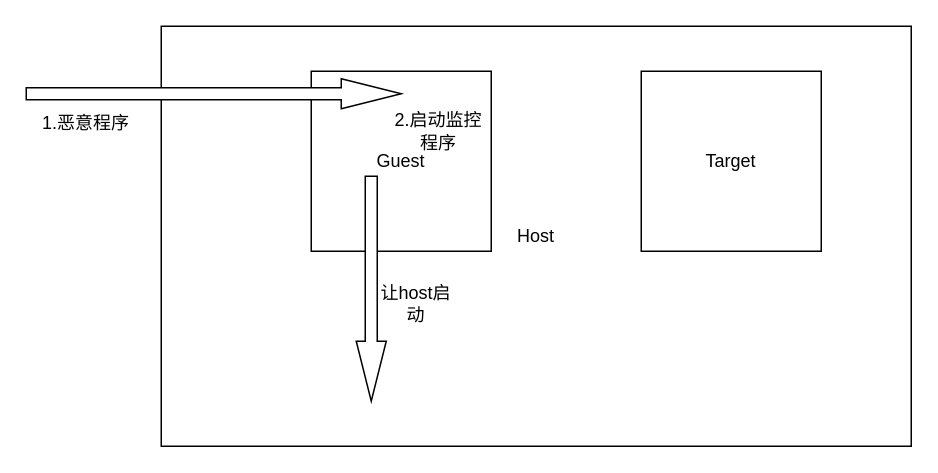
Earlier version of the draw.io diagram 总体.drawio (Amber0130/Other). Source tidied: cells renumbered, new cells numbered last; positions are measured from the earlier drawing's top-left corner, leaving out a move shared by most shapes. Both pictures are drawn from the tidied source at 150%, with x=0, y=0 at pixel (26, 26).
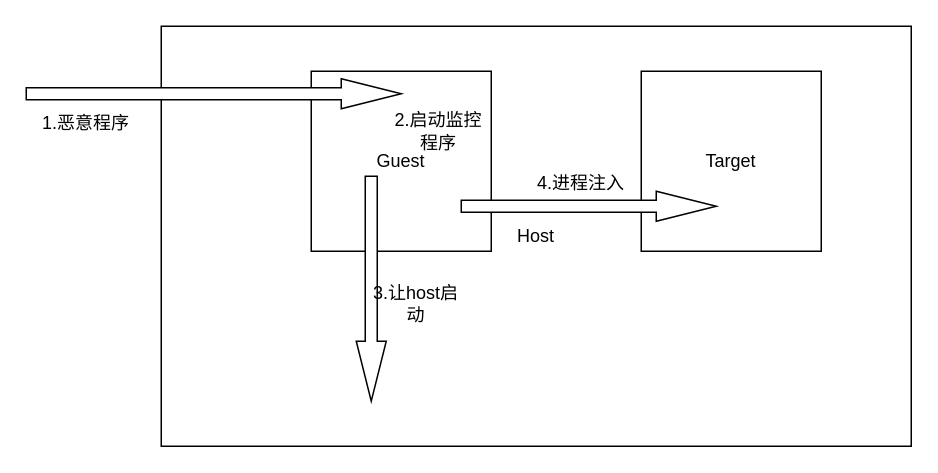
After the change.

The edit, as a diff of the source:
```diff
@@
 <mxGraphModel>
   <root>
     <mxCell id="0" />
     <mxCell id="1" parent="0" />
     <mxCell id="2" value="Host" style="rounded=0;whiteSpace=wrap;html=1;" parent="1" vertex="1">
       <mxGeometry x="90" width="500" height="280" as="geometry" />
     </mxCell>
     <mxCell id="3" value="Guest" style="whiteSpace=wrap;html=1;" parent="1" vertex="1">
       <mxGeometry x="190" y="30" width="120" height="120" as="geometry" />
     </mxCell>
     <mxCell id="4" value="Target" style="whiteSpace=wrap;html=1;" parent="1" vertex="1">
       <mxGeometry x="410" y="30" width="120" height="120" as="geometry" />
     </mxCell>
     <mxCell id="5" value="2.启动监控程序" style="text;html=1;strokeColor=none;fillColor=none;align=center;verticalAlign=middle;whiteSpace=wrap;rounded=0;" parent="1" vertex="1">
       <mxGeometry x="240" y="50" width="70" height="40" as="geometry" />
     </mxCell>
     <mxCell id="6" style="html=1;shadow=0;dashed=0;align=center;verticalAlign=middle;shape=mxgraph.arrows2.arrow;dy=0.6;dx=40;notch=0;" parent="1" vertex="1">
       <mxGeometry y="35" width="250" height="20" as="geometry" />
     </mxCell>
     <mxCell id="7" value="1.恶意程序" style="text;html=1;strokeColor=none;fillColor=none;align=center;verticalAlign=middle;whiteSpace=wrap;rounded=0;" parent="1" vertex="1">
       <mxGeometry x="10" y="50" width="60" height="30" as="geometry" />
     </mxCell>
     <mxCell id="8" style="html=1;shadow=0;dashed=0;align=center;verticalAlign=middle;shape=mxgraph.arrows2.arrow;dy=0.6;dx=40;direction=south;notch=0;" parent="1" vertex="1">
       <mxGeometry x="220" y="100" width="20" height="150" as="geometry" />
     </mxCell>
-    <mxCell id="9" value="让host启动" style="text;html=1;strokeColor=none;fillColor=none;align=center;verticalAlign=middle;whiteSpace=wrap;rounded=0;" parent="1" vertex="1">
+    <mxCell id="9" value="3.让host启动" style="text;html=1;strokeColor=none;fillColor=none;align=center;verticalAlign=middle;whiteSpace=wrap;rounded=0;" parent="1" vertex="1">
       <mxGeometry x="230" y="170" width="60" height="30" as="geometry" />
     </mxCell>
+    <mxCell id="10" style="html=1;shadow=0;dashed=0;align=center;verticalAlign=middle;shape=mxgraph.arrows2.arrow;dy=0.6;dx=40;notch=0;" parent="1" vertex="1">
+      <mxGeometry x="290" y="110" width="170" height="20" as="geometry" />
+    </mxCell>
+    <mxCell id="11" value="4.进程注入" style="text;html=1;strokeColor=none;fillColor=none;align=center;verticalAlign=middle;whiteSpace=wrap;rounded=0;" parent="1" vertex="1">
+      <mxGeometry x="330" y="90" width="80" height="30" as="geometry" />
+    </mxCell>
   </root>
 </mxGraphModel>
```
